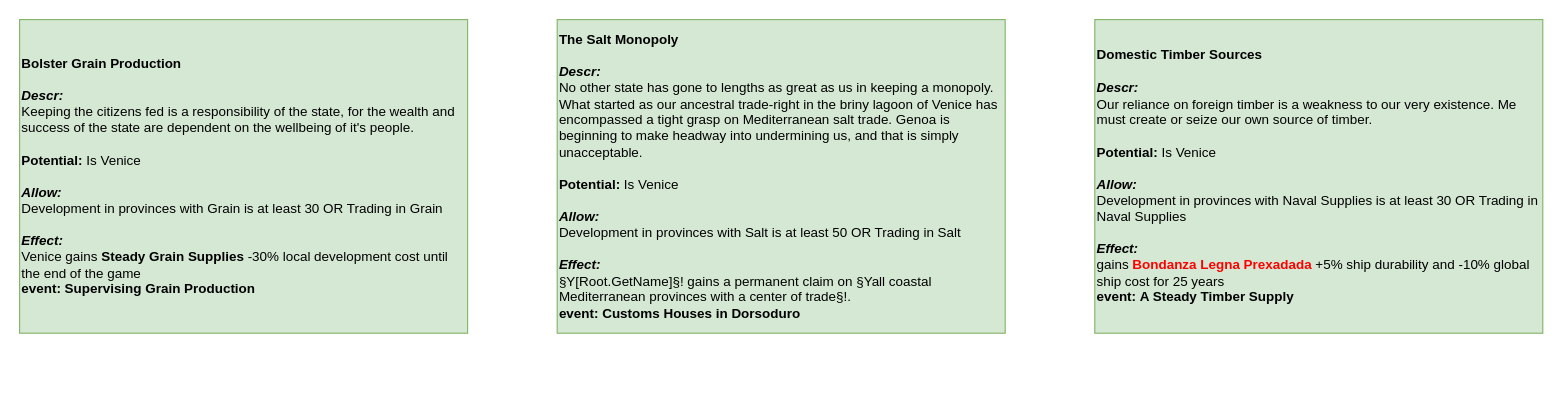
Melvasul/Missions-Expanded keeps this draw.io diagram as page "Decisions Venice/Milan" (4 of 5) of It's Cotoletta and Moleche Time/It's Cotoletta and Moleche 0.1.drawio. Above is the earlier version. Source tidied: cells renumbered, new cells numbered last; positions are measured from the earlier drawing's top-left corner, leaving out a move shared by most shapes. Both pictures are drawn from the tidied source at 112%, with x=0, y=0 at pixel (19, 19).
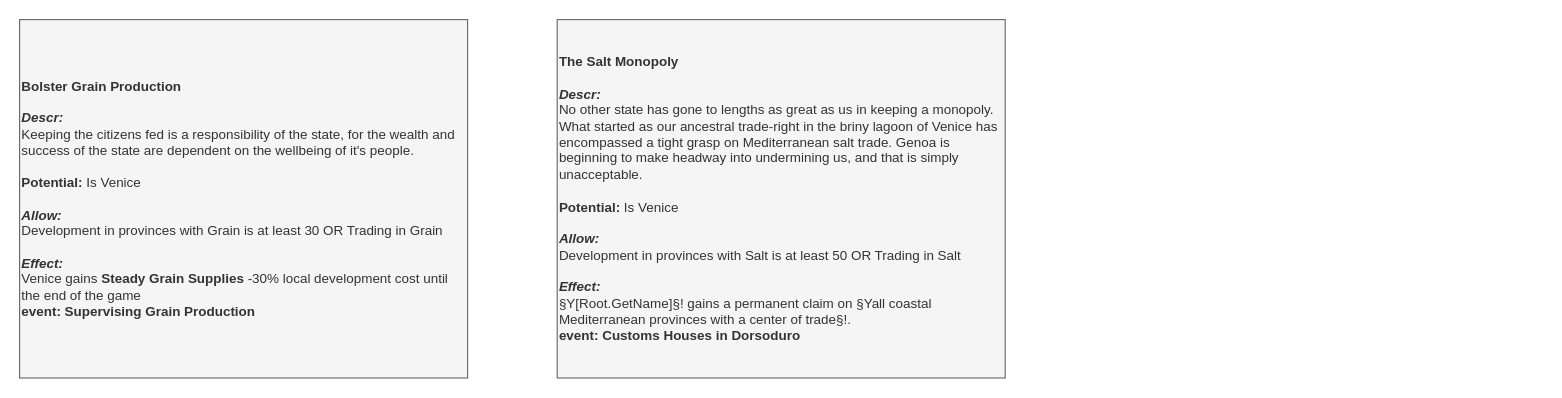
The same page after the edit.

Diff of the diagram source:
```diff
@@
 <mxGraphModel>
   <root>
     <mxCell id="0" />
     <mxCell id="1" parent="0" />
-    <mxCell id="2" value="&lt;div&gt;&lt;b&gt;Bolster Grain Production&lt;/b&gt;&lt;br&gt;&lt;/div&gt;&lt;div&gt;&lt;b&gt;&lt;br&gt;&lt;/b&gt;&lt;/div&gt;&lt;div&gt;&lt;b&gt;&lt;i&gt;Descr:&lt;/i&gt;&lt;/b&gt;&amp;nbsp;&lt;/div&gt;&lt;div&gt;Keeping the citizens fed is a responsibility of the state, for the wealth and success of the state are dependent on the wellbeing of it's people.&lt;br&gt;&lt;/div&gt;&lt;div&gt;&lt;br&gt;&lt;/div&gt;&lt;div&gt;&lt;b&gt;Potential:&lt;/b&gt; Is Venice&lt;/div&gt;&lt;div&gt;&lt;br&gt;&lt;/div&gt;&lt;div style=&quot;font-size: 12px&quot;&gt;&lt;span style=&quot;font-size: 12px&quot;&gt;&lt;b&gt;&lt;i&gt;Allow:&lt;/i&gt;&lt;/b&gt;&lt;/span&gt;&lt;/div&gt;&lt;div style=&quot;font-size: 12px&quot;&gt;Development in provinces with Grain is at least 30 OR Trading in Grain&lt;/div&gt;&lt;div style=&quot;font-size: 12px&quot;&gt;&lt;br&gt;&lt;/div&gt;&lt;div style=&quot;font-size: 12px&quot;&gt;&lt;span style=&quot;font-size: 12px&quot;&gt;&lt;b&gt;&lt;i&gt;Effect:&lt;/i&gt;&lt;/b&gt;&lt;/span&gt;&lt;/div&gt;&lt;div style=&quot;font-size: 12px&quot;&gt;Venice gains&amp;nbsp;&lt;b&gt;Steady Grain Supplies&lt;/b&gt;&amp;nbsp;-30% local development cost until the end of the game&lt;/div&gt;&lt;div&gt;&lt;/div&gt;&lt;b&gt;event: Supervising Grain Production&lt;/b&gt;" style="rounded=0;whiteSpace=wrap;html=1;fillColor=#d5e8d4;strokeColor=#82b366;fontSize=12;align=left;" parent="1" vertex="1">
-      <mxGeometry width="400" height="280" as="geometry" />
+    <mxCell id="2" value="&lt;div&gt;&lt;b&gt;Bolster Grain Production&lt;/b&gt;&lt;br&gt;&lt;/div&gt;&lt;div&gt;&lt;b&gt;&lt;br&gt;&lt;/b&gt;&lt;/div&gt;&lt;div&gt;&lt;b&gt;&lt;i&gt;Descr:&lt;/i&gt;&lt;/b&gt;&amp;nbsp;&lt;/div&gt;&lt;div&gt;Keeping the citizens fed is a responsibility of the state, for the wealth and success of the state are dependent on the wellbeing of it's people.&lt;br&gt;&lt;/div&gt;&lt;div&gt;&lt;br&gt;&lt;/div&gt;&lt;div&gt;&lt;b&gt;Potential:&lt;/b&gt; Is Venice&lt;/div&gt;&lt;div&gt;&lt;br&gt;&lt;/div&gt;&lt;div style=&quot;font-size: 12px&quot;&gt;&lt;span style=&quot;font-size: 12px&quot;&gt;&lt;b&gt;&lt;i&gt;Allow:&lt;/i&gt;&lt;/b&gt;&lt;/span&gt;&lt;/div&gt;&lt;div style=&quot;font-size: 12px&quot;&gt;Development in provinces with Grain is at least 30 OR Trading in Grain&lt;/div&gt;&lt;div style=&quot;font-size: 12px&quot;&gt;&lt;br&gt;&lt;/div&gt;&lt;div style=&quot;font-size: 12px&quot;&gt;&lt;span style=&quot;font-size: 12px&quot;&gt;&lt;b&gt;&lt;i&gt;Effect:&lt;/i&gt;&lt;/b&gt;&lt;/span&gt;&lt;/div&gt;&lt;div style=&quot;font-size: 12px&quot;&gt;Venice gains&amp;nbsp;&lt;b&gt;Steady Grain Supplies&lt;/b&gt;&amp;nbsp;-30% local development cost until the end of the game&lt;/div&gt;&lt;div&gt;&lt;/div&gt;&lt;b&gt;event: Supervising Grain Production&lt;/b&gt;" style="rounded=0;whiteSpace=wrap;html=1;fillColor=#f5f5f5;strokeColor=#666666;fontSize=12;align=left;fontColor=#333333;" parent="1" vertex="1">
+      <mxGeometry width="400" height="320" as="geometry" />
     </mxCell>
-    <mxCell id="3" value="&lt;div&gt;&lt;b&gt;The Salt Monopoly&lt;/b&gt;&lt;br&gt;&lt;/div&gt;&lt;div&gt;&lt;b&gt;&lt;br&gt;&lt;/b&gt;&lt;/div&gt;&lt;div&gt;&lt;b&gt;&lt;i&gt;Descr:&lt;/i&gt;&lt;/b&gt;&amp;nbsp;&lt;/div&gt;&lt;div&gt;No other state has gone to lengths as great as us in keeping a monopoly. What started as our ancestral trade-right in the briny lagoon of Venice has encompassed a tight grasp on Mediterranean salt trade. Genoa is beginning to make headway into undermining us, and that is simply unacceptable.&lt;/div&gt;&lt;div&gt;&lt;br&gt;&lt;/div&gt;&lt;div&gt;&lt;b&gt;Potential:&lt;/b&gt;&amp;nbsp;Is Venice&lt;/div&gt;&lt;div&gt;&lt;br&gt;&lt;/div&gt;&lt;div&gt;&lt;b&gt;&lt;i&gt;Allow:&lt;/i&gt;&lt;/b&gt;&lt;/div&gt;&lt;div style=&quot;font-size: 12px&quot;&gt;Development in provinces with Salt is at least 50&amp;nbsp;OR Trading in Salt&lt;/div&gt;&lt;div style=&quot;font-size: 12px&quot;&gt;&lt;br&gt;&lt;/div&gt;&lt;div style=&quot;font-size: 12px&quot;&gt;&lt;span style=&quot;font-size: 12px&quot;&gt;&lt;b&gt;&lt;i&gt;Effect:&lt;/i&gt;&lt;/b&gt;&lt;/span&gt;&lt;/div&gt;&lt;div&gt;§Y[Root.GetName]§! gains a permanent claim on §Yall coastal Mediterranean provinces with a center of trade§!.&lt;br&gt;&lt;/div&gt;&lt;div&gt;&lt;/div&gt;&lt;b&gt;event:&amp;nbsp;Customs Houses in Dorsoduro&lt;/b&gt;" style="rounded=0;whiteSpace=wrap;html=1;fillColor=#d5e8d4;strokeColor=#82b366;fontSize=12;align=left;" parent="1" vertex="1">
-      <mxGeometry x="480" width="400" height="280" as="geometry" />
+    <mxCell id="3" value="&lt;div&gt;&lt;b&gt;The Salt Monopoly&lt;/b&gt;&lt;br&gt;&lt;/div&gt;&lt;div&gt;&lt;b&gt;&lt;br&gt;&lt;/b&gt;&lt;/div&gt;&lt;div&gt;&lt;b&gt;&lt;i&gt;Descr:&lt;/i&gt;&lt;/b&gt;&amp;nbsp;&lt;/div&gt;&lt;div&gt;No other state has gone to lengths as great as us in keeping a monopoly. What started as our ancestral trade-right in the briny lagoon of Venice has encompassed a tight grasp on Mediterranean salt trade. Genoa is beginning to make headway into undermining us, and that is simply unacceptable.&lt;/div&gt;&lt;div&gt;&lt;br&gt;&lt;/div&gt;&lt;div&gt;&lt;b&gt;Potential:&lt;/b&gt;&amp;nbsp;Is Venice&lt;/div&gt;&lt;div&gt;&lt;br&gt;&lt;/div&gt;&lt;div&gt;&lt;b&gt;&lt;i&gt;Allow:&lt;/i&gt;&lt;/b&gt;&lt;/div&gt;&lt;div style=&quot;font-size: 12px&quot;&gt;Development in provinces with Salt is at least 50&amp;nbsp;OR Trading in Salt&lt;/div&gt;&lt;div style=&quot;font-size: 12px&quot;&gt;&lt;br&gt;&lt;/div&gt;&lt;div style=&quot;font-size: 12px&quot;&gt;&lt;span style=&quot;font-size: 12px&quot;&gt;&lt;b&gt;&lt;i&gt;Effect:&lt;/i&gt;&lt;/b&gt;&lt;/span&gt;&lt;/div&gt;&lt;div&gt;§Y[Root.GetName]§! gains a permanent claim on §Yall coastal Mediterranean provinces with a center of trade§!.&lt;br&gt;&lt;/div&gt;&lt;div&gt;&lt;/div&gt;&lt;b&gt;event:&amp;nbsp;Customs Houses in Dorsoduro&lt;/b&gt;" style="rounded=0;whiteSpace=wrap;html=1;fillColor=#f5f5f5;strokeColor=#666666;fontSize=12;align=left;fontColor=#333333;" parent="1" vertex="1">
+      <mxGeometry x="480" width="400" height="320" as="geometry" />
     </mxCell>
-    <mxCell id="4" value="&lt;div&gt;&lt;b&gt;Domestic Timber Sources&lt;/b&gt;&lt;br&gt;&lt;/div&gt;&lt;div&gt;&lt;b&gt;&lt;br&gt;&lt;/b&gt;&lt;/div&gt;&lt;div&gt;&lt;b&gt;&lt;i&gt;Descr:&lt;/i&gt;&lt;/b&gt;&amp;nbsp;&lt;/div&gt;&lt;div&gt;Our reliance on foreign timber is a weakness to our very existence. Me must create or seize our own source of timber.&lt;/div&gt;&lt;div&gt;&lt;br&gt;&lt;/div&gt;&lt;div&gt;&lt;b&gt;Potential:&lt;/b&gt;&amp;nbsp;Is Venice&lt;/div&gt;&lt;div&gt;&lt;br&gt;&lt;/div&gt;&lt;div&gt;&lt;b&gt;&lt;i&gt;Allow:&lt;/i&gt;&lt;/b&gt;&lt;/div&gt;&lt;div style=&quot;font-size: 12px&quot;&gt;Development in provinces with Naval Supplies is at least 30 OR Trading in Naval Supplies&lt;/div&gt;&lt;div style=&quot;font-size: 12px&quot;&gt;&lt;br&gt;&lt;/div&gt;&lt;div style=&quot;font-size: 12px&quot;&gt;&lt;span style=&quot;font-size: 12px&quot;&gt;&lt;b&gt;&lt;i&gt;Effect:&lt;/i&gt;&lt;/b&gt;&lt;/span&gt;&lt;/div&gt;&lt;div&gt;gains &lt;font color=&quot;#ff0000&quot;&gt;&lt;b&gt;Bondanza Legna Prexadada&lt;/b&gt;&lt;/font&gt;&amp;nbsp;+&lt;font&gt;5&lt;/font&gt;% ship durability and -10% global ship cost for 25 years&lt;br&gt;&lt;/div&gt;&lt;div&gt;&lt;/div&gt;&lt;b&gt;event:&amp;nbsp;A Steady Timber Supply&lt;/b&gt;" style="rounded=0;whiteSpace=wrap;html=1;fillColor=#d5e8d4;strokeColor=#82b366;fontSize=12;align=left;labelBackgroundColor=none;fontColor=#000000;" parent="1" vertex="1">
-      <mxGeometry x="960" width="400" height="280" as="geometry" />
-    </mxCell>
   </root>
 </mxGraphModel>
```
